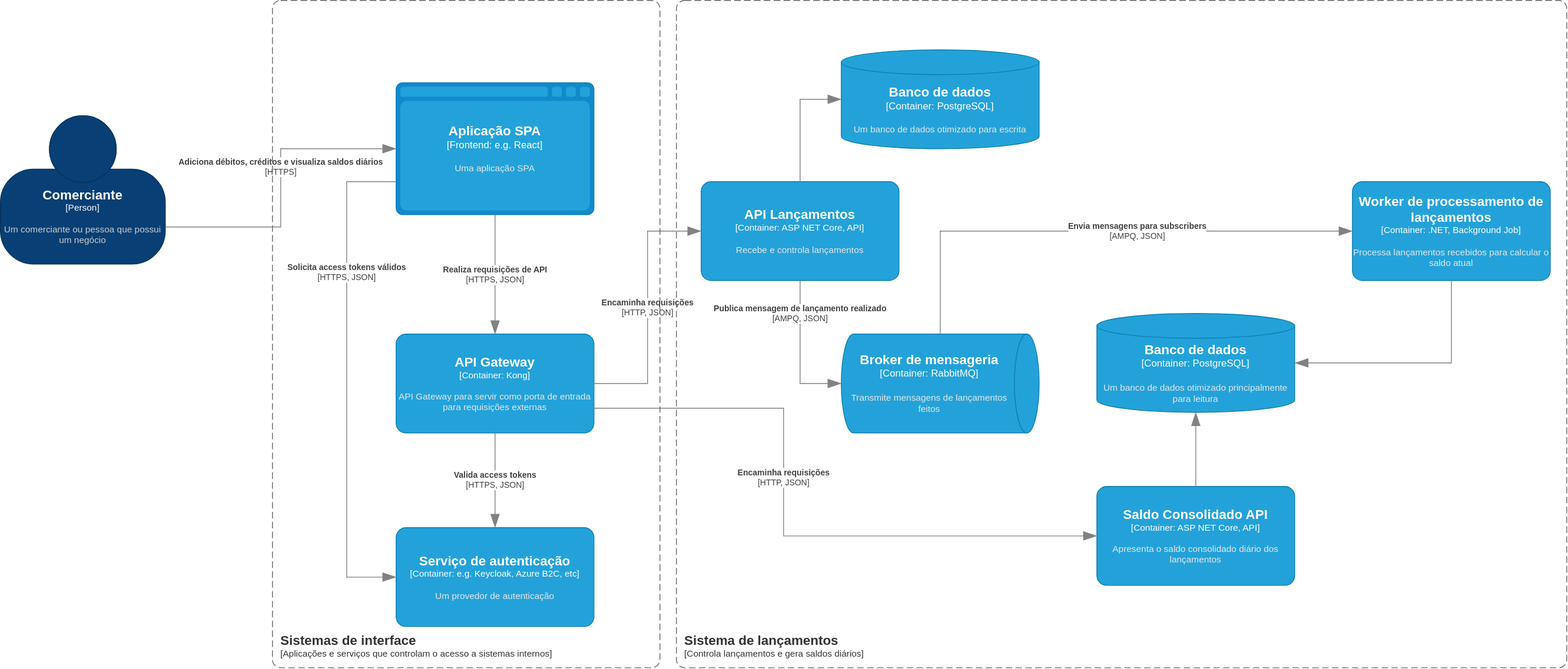
The draw.io diagram docs/pt-br/architecture.drawio.svg in leandroslc/merchant-accounting-system-architecture, before a commit. Source tidied: cells renumbered, new cells last; positions are measured from the earlier drawing's top-left corner, leaving out a move shared by most shapes.
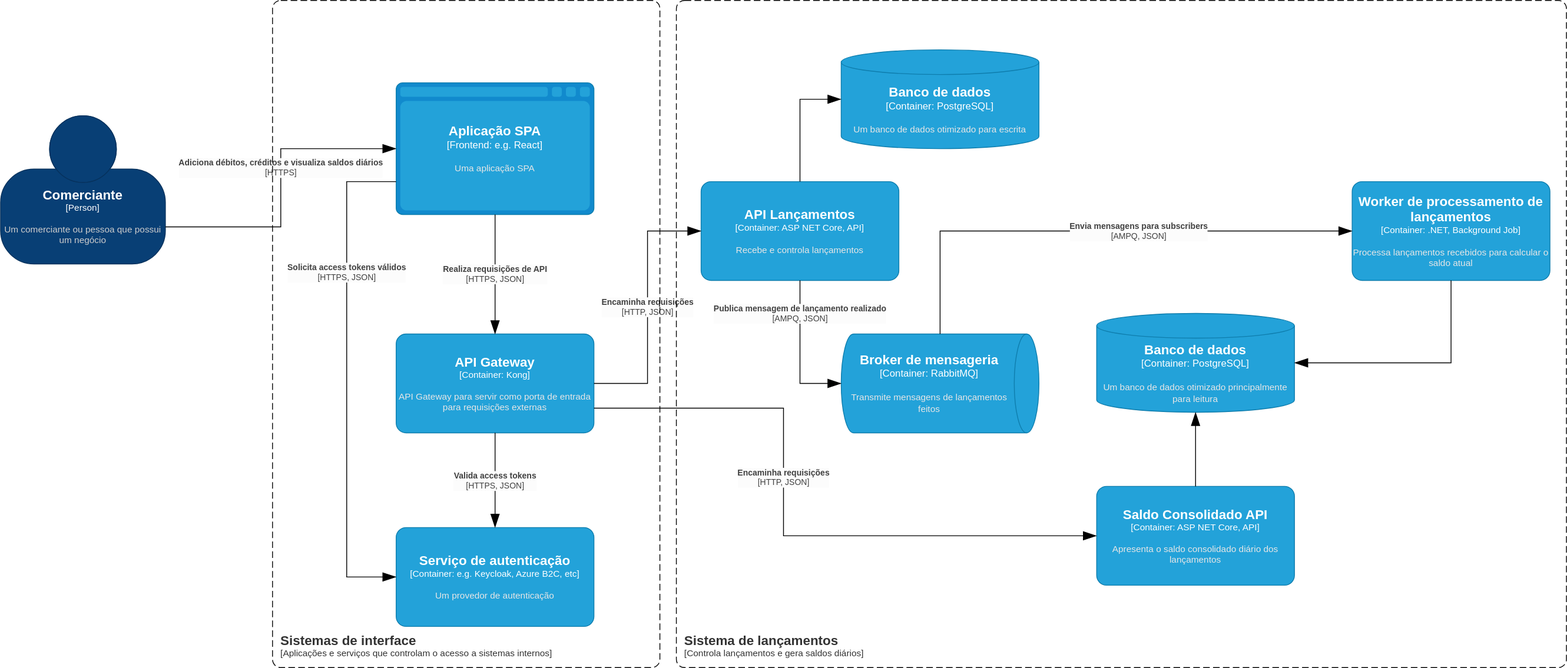
After the commit.

Commit message:
docs: diagram adjustments

Diff of the diagram source:
```diff
@@ -1,4 +1,4 @@
-<mxGraphModel>
+<mxGraphModel background="#ffffff">
   <root>
     <mxCell id="0" />
     <mxCell id="1" parent="0" />
@@ -13,7 +13,7 @@
       </mxCell>
     </object>
     <object id="4" label="&lt;div style=&quot;text-align: left&quot;&gt;&lt;div style=&quot;text-align: center&quot;&gt;&lt;b&gt;%c4Description%&lt;/b&gt;&lt;/div&gt;&lt;div style=&quot;text-align: center&quot;&gt;[%c4Technology%]&lt;/div&gt;&lt;/div&gt;" c4Description="Adiciona débitos, créditos e visualiza saldos diários" c4Technology="HTTPS" c4Type="Relationship" placeholders="1">
-      <mxCell style="endArrow=blockThin;html=1;fontSize=10;fontColor=#404040;strokeWidth=1;endFill=1;strokeColor=#828282;elbow=vertical;endSize=14;startSize=14;jumpStyle=arc;jumpSize=16;rounded=0;edgeStyle=orthogonalEdgeStyle;exitX=1;exitY=0.75;exitDx=0;exitDy=0;exitPerimeter=0;entryX=0;entryY=0.5;entryDx=0;entryDy=0;entryPerimeter=0;" parent="1" edge="1" source="2" target="3">
+      <mxCell style="endArrow=blockThin;html=1;fontSize=10;fontColor=#404040;strokeWidth=1;endFill=1;strokeColor=#000000;elbow=vertical;endSize=14;startSize=14;jumpStyle=arc;jumpSize=16;rounded=0;edgeStyle=orthogonalEdgeStyle;exitX=1;exitY=0.75;exitDx=0;exitDy=0;exitPerimeter=0;entryX=0;entryY=0.5;entryDx=0;entryDy=0;entryPerimeter=0;labelBackgroundColor=#FCFCFC;" parent="1" edge="1" source="2" target="3">
         <mxGeometry x="0.14" relative="1" as="geometry" />
       </mxCell>
     </object>
@@ -23,7 +23,7 @@
       </mxCell>
     </object>
     <object id="6" label="&lt;div style=&quot;text-align: left&quot;&gt;&lt;div style=&quot;text-align: center&quot;&gt;&lt;b&gt;%c4Description%&lt;/b&gt;&lt;/div&gt;&lt;div style=&quot;text-align: center&quot;&gt;[%c4Technology%]&lt;/div&gt;&lt;/div&gt;" c4Description="Realiza requisições de API" c4Technology="HTTPS, JSON" c4Type="Relationship" placeholders="1">
-      <mxCell style="endArrow=blockThin;html=1;fontSize=10;fontColor=#404040;strokeWidth=1;endFill=1;strokeColor=#828282;elbow=vertical;endSize=14;startSize=14;jumpStyle=arc;jumpSize=16;rounded=0;edgeStyle=orthogonalEdgeStyle;exitX=0.5;exitY=1;exitDx=0;exitDy=0;exitPerimeter=0;entryX=0.5;entryY=0;entryDx=0;entryDy=0;entryPerimeter=0;" parent="1" edge="1" source="3" target="5">
+      <mxCell style="endArrow=blockThin;html=1;fontSize=10;fontColor=#404040;strokeWidth=1;endFill=1;strokeColor=#000000;elbow=vertical;endSize=14;startSize=14;jumpStyle=arc;jumpSize=16;rounded=0;edgeStyle=orthogonalEdgeStyle;exitX=0.5;exitY=1;exitDx=0;exitDy=0;exitPerimeter=0;entryX=0.5;entryY=0;entryDx=0;entryDy=0;entryPerimeter=0;labelBackgroundColor=#FCFCFC;" parent="1" edge="1" source="3" target="5">
         <mxGeometry relative="1" as="geometry" />
       </mxCell>
     </object>
@@ -38,12 +38,12 @@
       </mxCell>
     </object>
     <object id="9" label="&lt;div style=&quot;text-align: left&quot;&gt;&lt;div style=&quot;text-align: center&quot;&gt;&lt;b&gt;%c4Description%&lt;/b&gt;&lt;/div&gt;&lt;div style=&quot;text-align: center&quot;&gt;[%c4Technology%]&lt;/div&gt;&lt;/div&gt;" c4Description="Valida access tokens" c4Technology="HTTPS, JSON" c4Type="Relationship" placeholders="1">
-      <mxCell style="endArrow=blockThin;html=1;fontSize=10;fontColor=#404040;strokeWidth=1;endFill=1;strokeColor=#828282;elbow=vertical;endSize=14;startSize=14;jumpStyle=arc;jumpSize=16;rounded=0;edgeStyle=orthogonalEdgeStyle;exitX=0.5;exitY=1;exitDx=0;exitDy=0;exitPerimeter=0;entryX=0.5;entryY=0;entryDx=0;entryDy=0;entryPerimeter=0;" parent="1" edge="1" source="5" target="8">
+      <mxCell style="endArrow=blockThin;html=1;fontSize=10;fontColor=#404040;strokeWidth=1;endFill=1;strokeColor=#000000;elbow=vertical;endSize=14;startSize=14;jumpStyle=arc;jumpSize=16;rounded=0;edgeStyle=orthogonalEdgeStyle;exitX=0.5;exitY=1;exitDx=0;exitDy=0;exitPerimeter=0;entryX=0.5;entryY=0;entryDx=0;entryDy=0;entryPerimeter=0;labelBackgroundColor=#FCFCFC;" parent="1" edge="1" source="5" target="8">
         <mxGeometry x="0.01" relative="1" as="geometry" />
       </mxCell>
     </object>
     <object id="10" label="&lt;div style=&quot;text-align: left&quot;&gt;&lt;div style=&quot;text-align: center&quot;&gt;&lt;b&gt;%c4Description%&lt;/b&gt;&lt;/div&gt;&lt;div style=&quot;text-align: center&quot;&gt;[%c4Technology%]&lt;/div&gt;&lt;/div&gt;" c4Description="Solicita access tokens válidos" c4Technology="HTTPS, JSON" c4Type="Relationship" placeholders="1">
-      <mxCell style="endArrow=blockThin;html=1;fontSize=10;fontColor=#404040;strokeWidth=1;endFill=1;strokeColor=#828282;elbow=vertical;endSize=14;startSize=14;jumpStyle=arc;jumpSize=16;rounded=0;edgeStyle=orthogonalEdgeStyle;exitX=0;exitY=0.75;exitDx=0;exitDy=0;exitPerimeter=0;entryX=0;entryY=0.5;entryDx=0;entryDy=0;entryPerimeter=0;" parent="1" edge="1" source="3" target="8">
+      <mxCell style="endArrow=blockThin;html=1;fontSize=10;fontColor=#404040;strokeWidth=1;endFill=1;strokeColor=#000000;elbow=vertical;endSize=14;startSize=14;jumpStyle=arc;jumpSize=16;rounded=0;edgeStyle=orthogonalEdgeStyle;exitX=0;exitY=0.75;exitDx=0;exitDy=0;exitPerimeter=0;entryX=0;entryY=0.5;entryDx=0;entryDy=0;entryPerimeter=0;labelBackgroundColor=#FCFCFC;" parent="1" edge="1" source="3" target="8">
         <mxGeometry x="-0.43" relative="1" as="geometry">
           <Array as="points">
             <mxPoint x="420" y="220" />
@@ -53,7 +53,7 @@
       </mxCell>
     </object>
     <object id="11" label="&lt;div style=&quot;text-align: left&quot;&gt;&lt;div style=&quot;text-align: center&quot;&gt;&lt;b&gt;%c4Description%&lt;/b&gt;&lt;/div&gt;&lt;div style=&quot;text-align: center&quot;&gt;[%c4Technology%]&lt;/div&gt;&lt;/div&gt;" c4Description="Encaminha requisições" c4Technology="HTTP, JSON" c4Type="Relationship" placeholders="1">
-      <mxCell style="endArrow=blockThin;html=1;fontSize=10;fontColor=#404040;strokeWidth=1;endFill=1;strokeColor=#828282;elbow=vertical;endSize=14;startSize=14;jumpStyle=arc;jumpSize=16;rounded=0;edgeStyle=orthogonalEdgeStyle;exitX=1;exitY=0.5;exitDx=0;exitDy=0;exitPerimeter=0;entryX=0;entryY=0.5;entryDx=0;entryDy=0;entryPerimeter=0;" parent="1" edge="1" source="5" target="7">
+      <mxCell style="endArrow=blockThin;html=1;fontSize=10;fontColor=#404040;strokeWidth=1;endFill=1;strokeColor=#000000;elbow=vertical;endSize=14;startSize=14;jumpStyle=arc;jumpSize=16;rounded=0;edgeStyle=orthogonalEdgeStyle;exitX=1;exitY=0.5;exitDx=0;exitDy=0;exitPerimeter=0;entryX=0;entryY=0.5;entryDx=0;entryDy=0;entryPerimeter=0;labelBackgroundColor=#FCFCFC;" parent="1" edge="1" source="5" target="7">
         <mxGeometry relative="1" as="geometry" />
       </mxCell>
     </object>
@@ -63,7 +63,7 @@
       </mxCell>
     </object>
     <object id="13" label="" c4Type="Relationship" placeholders="1">
-      <mxCell style="endArrow=blockThin;html=1;fontSize=10;fontColor=#404040;strokeWidth=1;endFill=1;strokeColor=#828282;elbow=vertical;endSize=14;startSize=14;jumpStyle=arc;jumpSize=16;rounded=0;edgeStyle=orthogonalEdgeStyle;exitX=0.5;exitY=0;exitDx=0;exitDy=0;exitPerimeter=0;entryX=0;entryY=0.5;entryDx=0;entryDy=0;entryPerimeter=0;" parent="1" edge="1" source="7" target="12">
+      <mxCell style="endArrow=blockThin;html=1;fontSize=10;fontColor=#404040;strokeWidth=1;endFill=1;strokeColor=#000000;elbow=vertical;endSize=14;startSize=14;jumpStyle=arc;jumpSize=16;rounded=0;edgeStyle=orthogonalEdgeStyle;exitX=0.5;exitY=0;exitDx=0;exitDy=0;exitPerimeter=0;entryX=0;entryY=0.5;entryDx=0;entryDy=0;entryPerimeter=0;" parent="1" edge="1" source="7" target="12">
         <mxGeometry relative="1" as="geometry" />
       </mxCell>
     </object>
@@ -73,7 +73,7 @@
       </mxCell>
     </object>
     <object id="15" label="&lt;div style=&quot;text-align: left&quot;&gt;&lt;div style=&quot;text-align: center&quot;&gt;&lt;b&gt;%c4Description%&lt;/b&gt;&lt;/div&gt;&lt;div style=&quot;text-align: center&quot;&gt;[%c4Technology%]&lt;/div&gt;&lt;/div&gt;" c4Description="Publica mensagem de lançamento realizado" c4Technology="AMPQ, JSON" c4Type="Relationship" placeholders="1">
-      <mxCell style="endArrow=blockThin;html=1;fontSize=10;fontColor=#404040;strokeWidth=1;endFill=1;strokeColor=#828282;elbow=vertical;endSize=14;startSize=14;jumpStyle=arc;jumpSize=16;rounded=0;edgeStyle=orthogonalEdgeStyle;exitX=0.5;exitY=1;exitDx=0;exitDy=0;exitPerimeter=0;entryX=0.5;entryY=1;entryDx=0;entryDy=0;entryPerimeter=0;" parent="1" edge="1" source="7" target="14">
+      <mxCell style="endArrow=blockThin;html=1;fontSize=10;fontColor=#404040;strokeWidth=1;endFill=1;strokeColor=#000000;elbow=vertical;endSize=14;startSize=14;jumpStyle=arc;jumpSize=16;rounded=0;edgeStyle=orthogonalEdgeStyle;exitX=0.5;exitY=1;exitDx=0;exitDy=0;exitPerimeter=0;entryX=0.5;entryY=1;entryDx=0;entryDy=0;entryPerimeter=0;labelBackgroundColor=#FCFCFC;" parent="1" edge="1" source="7" target="14">
         <mxGeometry x="-0.54" relative="1" as="geometry" />
       </mxCell>
     </object>
@@ -83,7 +83,7 @@
       </mxCell>
     </object>
     <object id="17" label="&lt;div style=&quot;text-align: left&quot;&gt;&lt;div style=&quot;text-align: center&quot;&gt;&lt;b&gt;%c4Description%&lt;/b&gt;&lt;/div&gt;&lt;div style=&quot;text-align: center&quot;&gt;[%c4Technology%]&lt;/div&gt;&lt;/div&gt;" c4Description="Encaminha requisições" c4Technology="HTTP, JSON" c4Type="Relationship" placeholders="1">
-      <mxCell style="endArrow=blockThin;html=1;fontSize=10;fontColor=#404040;strokeWidth=1;endFill=1;strokeColor=#828282;elbow=vertical;endSize=14;startSize=14;jumpStyle=arc;jumpSize=16;rounded=0;edgeStyle=orthogonalEdgeStyle;exitX=1;exitY=0.75;exitDx=0;exitDy=0;exitPerimeter=0;entryX=0;entryY=0.5;entryDx=0;entryDy=0;entryPerimeter=0;" parent="1" edge="1" source="5" target="16">
+      <mxCell style="endArrow=blockThin;html=1;fontSize=10;fontColor=#404040;strokeWidth=1;endFill=1;strokeColor=#000000;elbow=vertical;endSize=14;startSize=14;jumpStyle=arc;jumpSize=16;rounded=0;edgeStyle=orthogonalEdgeStyle;exitX=1;exitY=0.75;exitDx=0;exitDy=0;exitPerimeter=0;entryX=0;entryY=0.5;entryDx=0;entryDy=0;entryPerimeter=0;labelBackgroundColor=#FCFCFC;" parent="1" edge="1" source="5" target="16">
         <mxGeometry x="-0.18" relative="1" as="geometry">
           <Array as="points">
             <mxPoint x="950" y="495" />
@@ -98,7 +98,7 @@
       </mxCell>
     </object>
     <object id="19" label="" c4Type="Relationship" placeholders="1">
-      <mxCell style="endArrow=blockThin;html=1;fontSize=10;fontColor=#404040;strokeWidth=1;endFill=1;strokeColor=#828282;elbow=vertical;endSize=14;startSize=14;jumpStyle=arc;jumpSize=16;rounded=0;edgeStyle=orthogonalEdgeStyle;exitX=0.5;exitY=0;exitDx=0;exitDy=0;exitPerimeter=0;entryX=0.5;entryY=1;entryDx=0;entryDy=0;entryPerimeter=0;" parent="1" edge="1" source="16" target="18">
+      <mxCell style="endArrow=blockThin;html=1;fontSize=10;fontColor=#404040;strokeWidth=1;endFill=1;strokeColor=#000000;elbow=vertical;endSize=14;startSize=14;jumpStyle=arc;jumpSize=16;rounded=0;edgeStyle=orthogonalEdgeStyle;exitX=0.5;exitY=0;exitDx=0;exitDy=0;exitPerimeter=0;entryX=0.5;entryY=1;entryDx=0;entryDy=0;entryPerimeter=0;" parent="1" edge="1" source="16" target="18">
         <mxGeometry relative="1" as="geometry" />
       </mxCell>
     </object>
@@ -108,22 +108,22 @@
       </mxCell>
     </object>
     <object id="21" label="&lt;div style=&quot;text-align: left&quot;&gt;&lt;div style=&quot;text-align: center&quot;&gt;&lt;b&gt;%c4Description%&lt;/b&gt;&lt;/div&gt;&lt;div style=&quot;text-align: center&quot;&gt;[%c4Technology%]&lt;/div&gt;&lt;/div&gt;" c4Description="Envia mensagens para subscribers" c4Technology="AMPQ, JSON" c4Type="Relationship" placeholders="1">
-      <mxCell style="endArrow=blockThin;html=1;fontSize=10;fontColor=#404040;strokeWidth=1;endFill=1;strokeColor=#828282;elbow=vertical;endSize=14;startSize=14;jumpStyle=arc;jumpSize=16;rounded=0;edgeStyle=orthogonalEdgeStyle;exitX=0;exitY=0.5;exitDx=0;exitDy=0;exitPerimeter=0;entryX=0;entryY=0.5;entryDx=0;entryDy=0;entryPerimeter=0;" parent="1" edge="1" source="14" target="20">
+      <mxCell style="endArrow=blockThin;html=1;fontSize=10;fontColor=#404040;strokeWidth=1;endFill=1;strokeColor=#000000;elbow=vertical;endSize=14;startSize=14;jumpStyle=arc;jumpSize=16;rounded=0;edgeStyle=orthogonalEdgeStyle;exitX=0;exitY=0.5;exitDx=0;exitDy=0;exitPerimeter=0;entryX=0;entryY=0.5;entryDx=0;entryDy=0;entryPerimeter=0;labelBackgroundColor=#FCFCFC;" parent="1" edge="1" source="14" target="20">
         <mxGeometry x="0.17" relative="1" as="geometry" />
       </mxCell>
     </object>
     <object id="22" label="" c4Type="Relationship" placeholders="1">
-      <mxCell style="endArrow=blockThin;html=1;fontSize=10;fontColor=#404040;strokeWidth=1;endFill=1;strokeColor=#828282;elbow=vertical;endSize=14;startSize=14;jumpStyle=arc;jumpSize=16;rounded=0;edgeStyle=orthogonalEdgeStyle;exitX=0.5;exitY=1;exitDx=0;exitDy=0;exitPerimeter=0;entryX=1;entryY=0.5;entryDx=0;entryDy=0;entryPerimeter=0;" parent="1" edge="1" source="20" target="18">
+      <mxCell style="endArrow=blockThin;html=1;fontSize=10;fontColor=#404040;strokeWidth=1;endFill=1;strokeColor=#000000;elbow=vertical;endSize=14;startSize=14;jumpStyle=arc;jumpSize=16;rounded=0;edgeStyle=orthogonalEdgeStyle;exitX=0.5;exitY=1;exitDx=0;exitDy=0;exitPerimeter=0;entryX=1;entryY=0.5;entryDx=0;entryDy=0;entryPerimeter=0;" parent="1" edge="1" source="20" target="18">
         <mxGeometry relative="1" as="geometry" />
       </mxCell>
     </object>
     <object id="23" label="&lt;font style=&quot;font-size: 16px&quot;&gt;&lt;b&gt;&lt;div style=&quot;text-align: left&quot;&gt;%c4Name%&lt;/div&gt;&lt;/b&gt;&lt;/font&gt;&lt;div style=&quot;text-align: left&quot;&gt;[%c4Application%]&lt;/div&gt;" c4Application="Aplicações e serviços que controlam o acesso a sistemas internos" c4Name="Sistemas de interface" c4Type="SystemScopeBoundary" placeholders="1">
-      <mxCell style="rounded=1;fontSize=11;whiteSpace=wrap;html=1;dashed=1;arcSize=20;fillColor=none;strokeColor=#666666;fontColor=#333333;labelBackgroundColor=none;align=left;verticalAlign=bottom;labelBorderColor=none;spacingTop=0;spacing=10;dashPattern=8 4;perimeter=rectanglePerimeter;noLabel=0;labelPadding=0;absoluteArcSize=1;strokeWidth=1;" parent="1" vertex="1">
+      <mxCell style="rounded=1;fontSize=11;whiteSpace=wrap;html=1;dashed=1;arcSize=20;fillColor=none;strokeColor=#030303;fontColor=#333333;labelBackgroundColor=none;align=left;verticalAlign=bottom;labelBorderColor=none;spacingTop=0;spacing=10;dashPattern=8 4;perimeter=rectanglePerimeter;noLabel=0;labelPadding=0;absoluteArcSize=1;strokeWidth=1;" parent="1" vertex="1">
         <mxGeometry x="330" width="470" height="810" as="geometry" />
       </mxCell>
     </object>
     <object id="24" label="&lt;font style=&quot;font-size: 16px&quot;&gt;&lt;b&gt;&lt;div style=&quot;text-align: left&quot;&gt;%c4Name%&lt;/div&gt;&lt;/b&gt;&lt;/font&gt;&lt;div style=&quot;text-align: left&quot;&gt;[%c4Application%]&lt;/div&gt;" c4Application="Controla lançamentos e gera saldos diários" c4Name="Sistema de lançamentos" c4Type="SystemScopeBoundary" placeholders="1">
-      <mxCell style="rounded=1;fontSize=11;whiteSpace=wrap;html=1;dashed=1;arcSize=20;fillColor=none;strokeColor=#666666;fontColor=#333333;labelBackgroundColor=none;align=left;verticalAlign=bottom;labelBorderColor=none;spacingTop=0;spacing=10;dashPattern=8 4;perimeter=rectanglePerimeter;noLabel=0;labelPadding=0;absoluteArcSize=1;strokeWidth=1;" parent="1" vertex="1">
+      <mxCell style="rounded=1;fontSize=11;whiteSpace=wrap;html=1;dashed=1;arcSize=20;fillColor=none;strokeColor=#030303;fontColor=#333333;labelBackgroundColor=none;align=left;verticalAlign=bottom;labelBorderColor=none;spacingTop=0;spacing=10;dashPattern=8 4;perimeter=rectanglePerimeter;noLabel=0;labelPadding=0;absoluteArcSize=1;strokeWidth=1;" parent="1" vertex="1">
         <mxGeometry x="820" width="1080" height="810" as="geometry" />
       </mxCell>
     </object>
```
